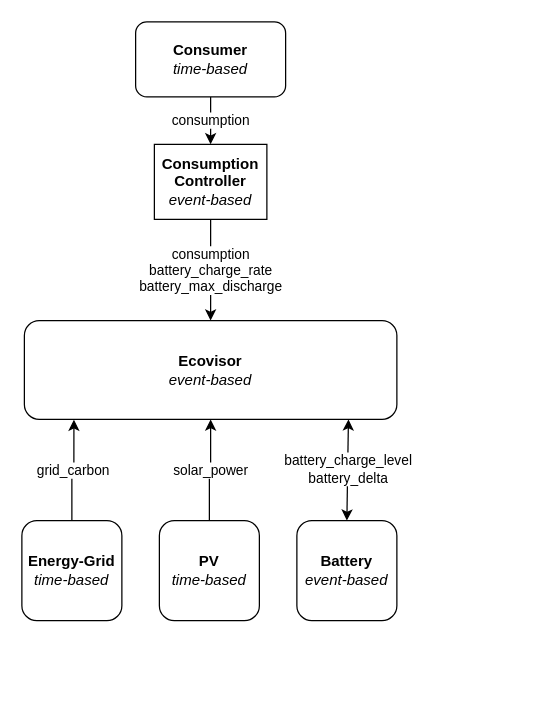
marvin-steinke/ds-project keeps this draw.io diagram as documents/ecovisor_abstract.drawio. Above is the earlier version. Source tidied: cells renumbered, new cells numbered last; positions are measured from the earlier drawing's top-left corner, leaving out a move shared by most shapes. Both pictures are drawn from the tidied source at 125%, with x=0, y=0 at pixel (21, 21).
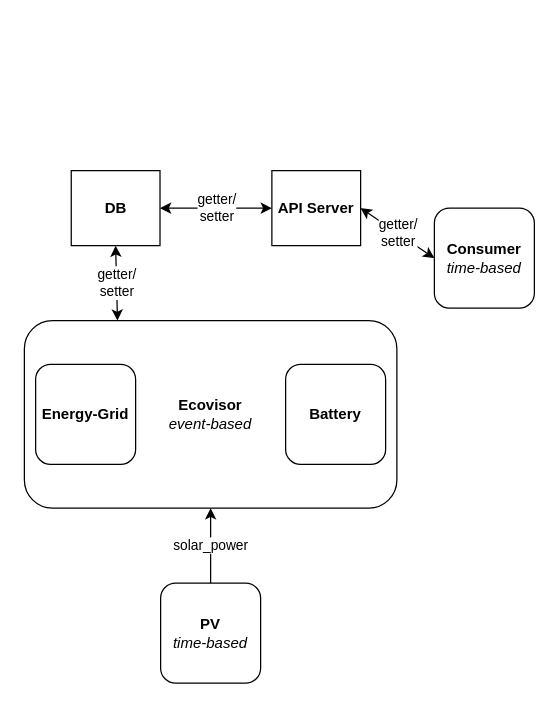
Above is the later version.

Commit message (it also covers changes not shown here):
updated ecovisor design

What changed in the source:
```diff
@@
 <mxGraphModel>
   <root>
     <mxCell id="0" />
     <mxCell id="1" parent="0" />
     <mxCell id="2" value="&lt;b&gt;Ecovisor&lt;/b&gt;&lt;br&gt;&lt;i style=&quot;&quot;&gt;event-based&lt;/i&gt;" style="rounded=1;whiteSpace=wrap;html=1;align=center;verticalAlign=middle;labelPosition=center;verticalLabelPosition=middle;horizontal=1;" parent="1" vertex="1">
-      <mxGeometry x="2" y="239" width="298" height="79" as="geometry" />
+      <mxGeometry x="2" y="239" width="298" height="150" as="geometry" />
     </mxCell>
-    <mxCell id="3" value="grid_carbon" style="edgeStyle=orthogonalEdgeStyle;rounded=0;jettySize=auto;html=1;entryX=0.133;entryY=1.003;entryDx=0;entryDy=0;entryPerimeter=0;" parent="1" edge="1" source="4" target="2">
-      <mxGeometry relative="1" as="geometry" />
-    </mxCell>
-    <mxCell id="4" value="&lt;b&gt;Energy-Grid&lt;/b&gt;&lt;br&gt;&lt;i&gt;time-based&lt;/i&gt;" style="rounded=1;whiteSpace=wrap;html=1;" parent="1" vertex="1">
-      <mxGeometry y="399" width="80" height="80" as="geometry" />
+    <mxCell id="4" value="&lt;b&gt;Energy-Grid&lt;/b&gt;" style="rounded=1;whiteSpace=wrap;html=1;" parent="1" vertex="1">
+      <mxGeometry x="11" y="274" width="80" height="80" as="geometry" />
     </mxCell>
     <mxCell id="5" value="solar_power" style="edgeStyle=orthogonalEdgeStyle;rounded=0;jettySize=auto;html=1;entryX=0.5;entryY=1;entryDx=0;entryDy=0;" parent="1" edge="1" source="6" target="2">
       <mxGeometry relative="1" as="geometry" />
     </mxCell>
     <mxCell id="6" value="&lt;b&gt;PV&lt;/b&gt;&lt;br&gt;&lt;i&gt;time-based&lt;/i&gt;" style="rounded=1;whiteSpace=wrap;html=1;" parent="1" vertex="1">
-      <mxGeometry x="110" y="399" width="80" height="80" as="geometry" />
+      <mxGeometry x="111" y="449" width="80" height="80" as="geometry" />
     </mxCell>
-    <mxCell id="7" value="&lt;b&gt;Battery&lt;/b&gt;&lt;br&gt;&lt;i&gt;event-based&lt;/i&gt;" style="rounded=1;whiteSpace=wrap;html=1;" parent="1" vertex="1">
-      <mxGeometry x="220" y="399" width="80" height="80" as="geometry" />
+    <mxCell id="7" value="&lt;b&gt;Battery&lt;/b&gt;" style="rounded=1;whiteSpace=wrap;html=1;" parent="1" vertex="1">
+      <mxGeometry x="211" y="274" width="80" height="80" as="geometry" />
     </mxCell>
-    <mxCell id="8" value="battery_charge_level&lt;br&gt;battery_delta" style="endArrow=classic;startArrow=classic;html=1;rounded=0;exitX=0.5;exitY=0;exitDx=0;exitDy=0;entryX=0.87;entryY=1;entryDx=0;entryDy=0;entryPerimeter=0;" parent="1" edge="1" source="7" target="2">
-      <mxGeometry relative="1" as="geometry" />
-    </mxCell>
-    <mxCell id="9" value="consumption" style="edgeStyle=orthogonalEdgeStyle;rounded=0;jettySize=auto;html=1;entryX=0.5;entryY=0;entryDx=0;entryDy=0;" parent="1" edge="1" source="10" target="12">
-      <mxGeometry relative="1" as="geometry" />
-    </mxCell>
+    <mxCell id="12" value="&lt;b&gt;DB&lt;/b&gt;" style="rounded=0;whiteSpace=wrap;html=1;" parent="1" vertex="1">
+      <mxGeometry x="39.5" y="119" width="71" height="60" as="geometry" />
+    </mxCell>
+    <mxCell id="13" value="&lt;b&gt;API Server&lt;/b&gt;" style="rounded=0;whiteSpace=wrap;html=1;" parent="1" vertex="1">
+      <mxGeometry x="200" y="119" width="71" height="60" as="geometry" />
+    </mxCell>
+    <mxCell id="14" value="getter/&lt;br&gt;setter" style="endArrow=classic;startArrow=classic;html=1;rounded=0;entryX=0.5;entryY=1;entryDx=0;entryDy=0;exitX=0.25;exitY=0;exitDx=0;exitDy=0;" parent="1" edge="1" source="2" target="12">
+      <mxGeometry relative="1" as="geometry" />
+    </mxCell>
+    <mxCell id="15" value="getter/&lt;br&gt;setter" style="endArrow=classic;startArrow=classic;html=1;rounded=0;entryX=0;entryY=0.5;entryDx=0;entryDy=0;exitX=1;exitY=0.5;exitDx=0;exitDy=0;" parent="1" edge="1" source="12" target="13">
+      <mxGeometry relative="1" as="geometry" />
+    </mxCell>
-    <mxCell id="10" value="&lt;b&gt;Consumer&lt;/b&gt;&lt;br&gt;&lt;i style=&quot;&quot;&gt;time-based&lt;br&gt;&lt;/i&gt;" style="rounded=1;whiteSpace=wrap;html=1;" parent="1" vertex="1">
-      <mxGeometry x="91" width="120" height="60" as="geometry" />
+    <mxCell id="10" value="&lt;b&gt;Consumer&lt;/b&gt;&lt;br&gt;&lt;i&gt;time-based&lt;/i&gt;" style="rounded=1;whiteSpace=wrap;html=1;" parent="1" vertex="1">
+      <mxGeometry x="330" y="149" width="80" height="80" as="geometry" />
     </mxCell>
-    <mxCell id="11" value="consumption&lt;br&gt;battery_charge_rate&lt;br&gt;battery_max_discharge" style="edgeStyle=orthogonalEdgeStyle;rounded=0;jettySize=auto;html=1;entryX=0.5;entryY=0;entryDx=0;entryDy=0;" parent="1" edge="1" source="12" target="2">
-      <mxGeometry relative="1" as="geometry" />
-    </mxCell>
-    <mxCell id="12" value="&lt;b&gt;Consumption Controller&lt;br&gt;&lt;/b&gt;&lt;i&gt;event-based&lt;/i&gt;" style="rounded=0;whiteSpace=wrap;html=1;" parent="1" vertex="1">
-      <mxGeometry x="106" y="98" width="90" height="60" as="geometry" />
-    </mxCell>
+    <mxCell id="16" value="getter/&lt;br&gt;setter" style="endArrow=classic;startArrow=classic;html=1;rounded=0;entryX=0;entryY=0.5;entryDx=0;entryDy=0;exitX=1;exitY=0.5;exitDx=0;exitDy=0;" parent="1" edge="1" source="13" target="10">
+      <mxGeometry relative="1" as="geometry" />
+    </mxCell>
   </root>
 </mxGraphModel>
```
